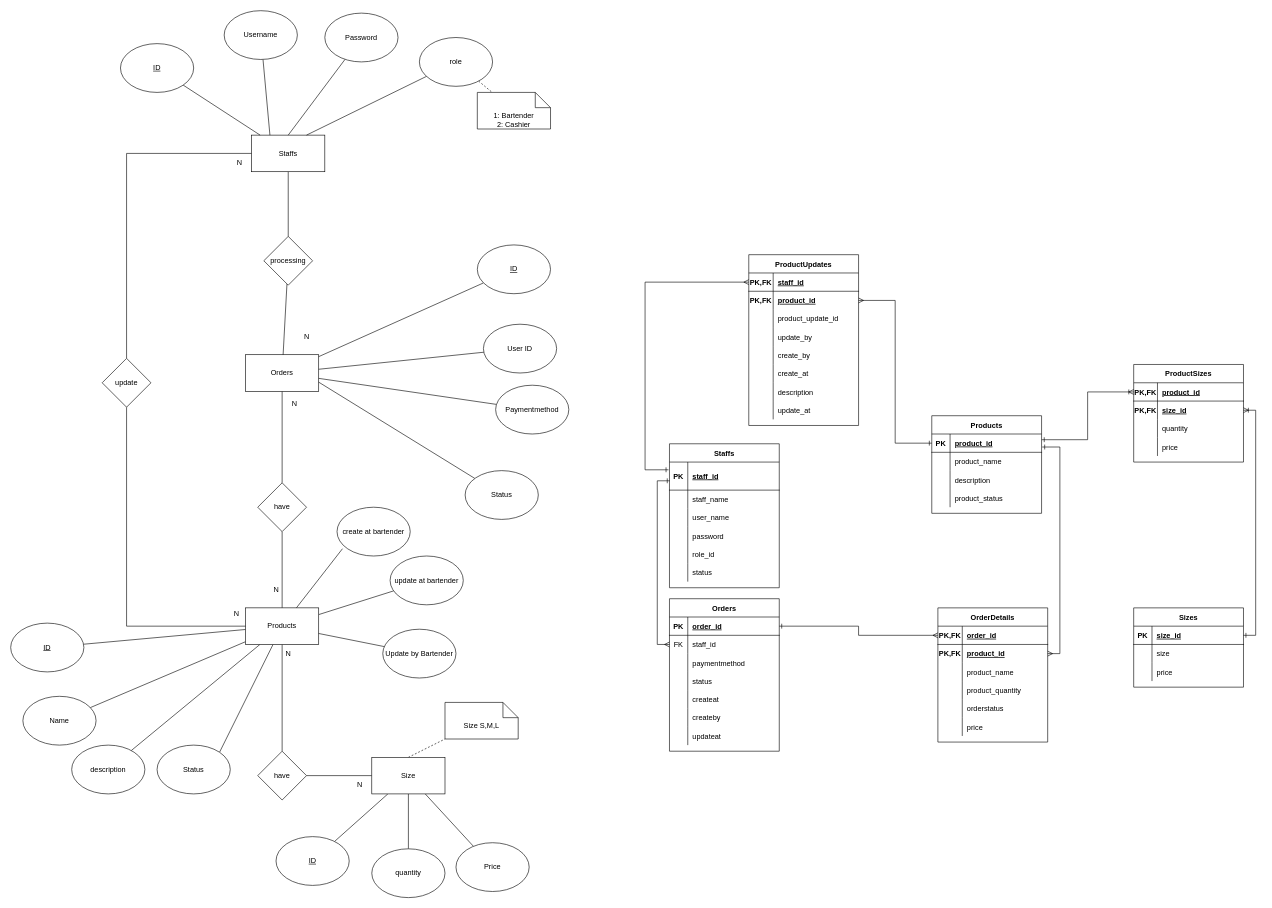
The draw.io diagram page "rd" (3 of 9) of coffe.drawio in HungNguyen2890/Project-1, before the edit. Source tidied: cells renumbered, new cells numbered last; positions are measured from the earlier drawing's top-left corner, leaving out a move shared by most shapes. Both pictures are drawn from the tidied source at 61%, with x=0, y=0 at pixel (10, 10).
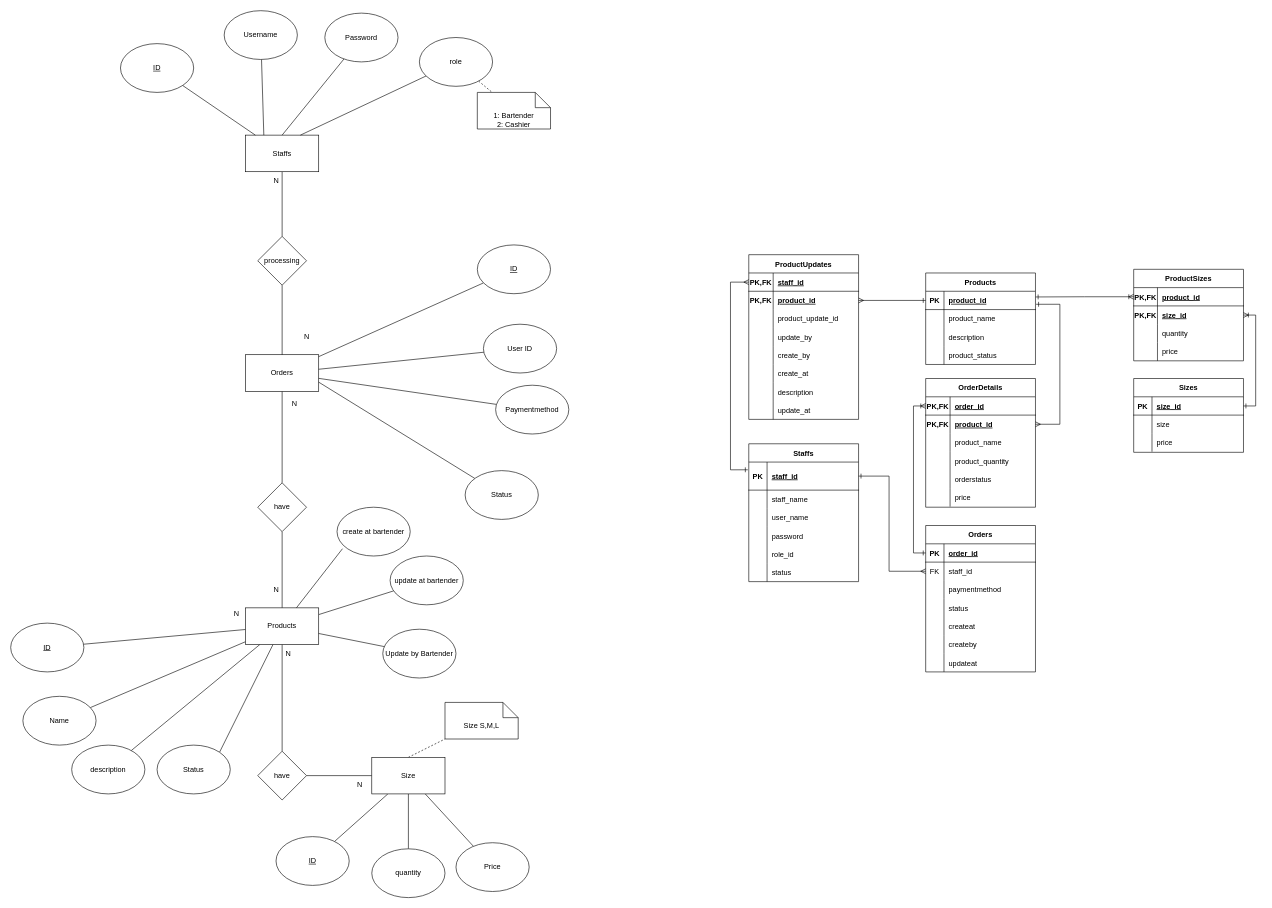
The same diagram, later.

Unchanged cells that the change refers to:
```xml
<mxCell id="4" style="shape=tableRow;horizontal=0;startSize=0;swimlaneHead=0;swimlaneBody=0;fillColor=none;points=[[0,0.5],[1,0.5]];portConstraint=eastwest;top=0;left=0;right=0;bottom=1;rounded=0;shadow=0;glass=0;labelBackgroundColor=none;labelBorderColor=none;sketch=0;strokeColor=default;strokeWidth=1;fontColor=default;html=0;" parent="3" vertex="1">
  <mxGeometry y="30" width="180" height="46" as="geometry" />
</mxCell>
<mxCell id="23" style="shape=tableRow;horizontal=0;startSize=0;swimlaneHead=0;swimlaneBody=0;fillColor=none;points=[[0,0.5],[1,0.5]];portConstraint=eastwest;top=0;left=0;right=0;bottom=1;rounded=0;shadow=0;glass=0;labelBackgroundColor=none;labelBorderColor=none;sketch=0;strokeColor=default;strokeWidth=1;fontColor=default;html=0;" parent="22" vertex="1">
  <mxGeometry y="30" width="180" height="30" as="geometry" />
</mxCell>
<mxCell id="26" style="shape=tableRow;horizontal=0;startSize=0;swimlaneHead=0;swimlaneBody=0;fillColor=none;points=[[0,0.5],[1,0.5]];portConstraint=eastwest;top=0;left=0;right=0;bottom=0;rounded=0;shadow=0;glass=0;labelBackgroundColor=none;labelBorderColor=none;sketch=0;strokeColor=default;strokeWidth=1;fontColor=default;html=0;" parent="22" vertex="1">
  <mxGeometry y="60" width="180" height="30" as="geometry" />
</mxCell>
<mxCell id="46" style="shape=tableRow;horizontal=0;startSize=0;swimlaneHead=0;swimlaneBody=0;fillColor=none;points=[[0,0.5],[1,0.5]];portConstraint=eastwest;top=0;left=0;right=0;bottom=1;rounded=0;shadow=0;glass=0;labelBackgroundColor=none;labelBorderColor=none;sketch=0;strokeColor=default;strokeWidth=1;fontColor=default;html=0;" parent="45" vertex="1">
  <mxGeometry y="30" width="180" height="30" as="geometry" />
</mxCell>
<mxCell id="49" style="shape=tableRow;horizontal=0;startSize=0;swimlaneHead=0;swimlaneBody=0;fillColor=none;points=[[0,0.5],[1,0.5]];portConstraint=eastwest;top=0;left=0;right=0;bottom=0;rounded=0;shadow=0;glass=0;labelBackgroundColor=none;labelBorderColor=none;sketch=0;strokeColor=default;strokeWidth=1;fontColor=default;html=0;" parent="45" vertex="1">
  <mxGeometry y="60" width="180" height="30" as="geometry" />
</mxCell>
<mxCell id="65" style="shape=tableRow;horizontal=0;startSize=0;swimlaneHead=0;swimlaneBody=0;fillColor=none;points=[[0,0.5],[1,0.5]];portConstraint=eastwest;top=0;left=0;right=0;bottom=1;rounded=0;shadow=0;glass=0;labelBackgroundColor=none;labelBorderColor=none;sketch=0;strokeColor=default;strokeWidth=1;fontColor=default;html=0;" parent="64" vertex="1">
  <mxGeometry y="30" width="180" height="30" as="geometry" />
</mxCell>
<mxCell id="111" value="Products" style="rounded=0;whiteSpace=wrap;html=1;" parent="1" vertex="1">
  <mxGeometry x="385" y="979" width="120" height="60" as="geometry" />
</mxCell>
<mxCell id="163" style="shape=tableRow;horizontal=0;startSize=0;swimlaneHead=0;swimlaneBody=0;fillColor=none;points=[[0,0.5],[1,0.5]];portConstraint=eastwest;top=0;left=0;right=0;bottom=1;rounded=0;shadow=0;glass=0;labelBackgroundColor=none;labelBorderColor=none;sketch=0;strokeColor=default;strokeWidth=1;fontColor=default;html=0;" parent="162" vertex="1">
  <mxGeometry y="30" width="180" height="30" as="geometry" />
</mxCell>
```

The edit, as a diff of the source:
```diff
@@
     <mxCell id="2" style="edgeStyle=orthogonalEdgeStyle;rounded=0;jettySize=auto;html=1;entryX=0;entryY=0.5;entryDx=0;entryDy=0;fontColor=default;startArrow=ERone;startFill=0;endArrow=ERmany;endFill=0;exitX=-0.009;exitY=0.275;exitDx=0;exitDy=0;exitPerimeter=0;" parent="1" edge="1" source="4" target="163">
       <mxGeometry relative="1" as="geometry">
         <Array as="points">
-          <mxPoint x="1040" y="753" />
-          <mxPoint x="1040" y="445" />
+          <mxPoint x="1180" y="753" />
+          <mxPoint x="1180" y="445" />
         </Array>
       </mxGeometry>
     </mxCell>
     <mxCell id="3" value="Staffs" style="shape=table;startSize=30;childLayout=tableLayout;rowLines=0;fontStyle=1;align=center;rounded=0;shadow=0;glass=0;labelBackgroundColor=none;labelBorderColor=none;sketch=0;strokeColor=default;strokeWidth=1;fontColor=default;fillColor=none;gradientColor=none;html=0;" parent="1" vertex="1">
-      <mxGeometry x="1080" y="710" width="180" height="236" as="geometry" />
+      <mxGeometry x="1210" y="710" width="180" height="226" as="geometry" />
     </mxCell>
@@
     <mxCell id="22" value="Orders" style="shape=table;startSize=30;childLayout=tableLayout;rowLines=0;fontStyle=1;align=center;rounded=0;shadow=0;glass=0;labelBackgroundColor=none;labelBorderColor=none;sketch=0;strokeColor=default;strokeWidth=1;fontColor=default;fillColor=none;gradientColor=none;html=0;" parent="1" vertex="1">
-      <mxGeometry x="1080" y="964" width="180" height="250" as="geometry" />
+      <mxGeometry x="1500" y="844" width="180" height="240" as="geometry" />
     </mxCell>
@@
-    <mxCell id="44" style="edgeStyle=orthogonalEdgeStyle;rounded=0;jettySize=auto;html=1;entryX=1;entryY=0.5;entryDx=0;entryDy=0;fontColor=default;startArrow=ERmany;startFill=0;endArrow=ERone;endFill=0;exitX=0;exitY=0.5;exitDx=0;exitDy=0;" parent="1" edge="1" source="46" target="23">
-      <mxGeometry relative="1" as="geometry">
-        <Array as="points">
-          <mxPoint x="1390" y="1024" />
-          <mxPoint x="1390" y="1009" />
-        </Array>
-      </mxGeometry>
-    </mxCell>
     <mxCell id="45" value="OrderDetails" style="shape=table;startSize=30;childLayout=tableLayout;rowLines=0;fontStyle=1;align=center;rounded=0;shadow=0;glass=0;labelBackgroundColor=none;labelBorderColor=none;sketch=0;strokeColor=default;strokeWidth=1;fontColor=default;fillColor=none;gradientColor=none;html=0;" parent="1" vertex="1">
-      <mxGeometry x="1520" y="979" width="180" height="220" as="geometry" />
+      <mxGeometry x="1500" y="603" width="180" height="211" as="geometry" />
     </mxCell>
@@
     <mxCell id="64" value="Products" style="shape=table;startSize=30;childLayout=tableLayout;rowLines=0;fontStyle=1;align=center;rounded=0;shadow=0;glass=0;labelBackgroundColor=none;labelBorderColor=none;sketch=0;strokeColor=default;strokeWidth=1;fontColor=default;fillColor=none;gradientColor=none;html=0;" parent="1" vertex="1">
-      <mxGeometry x="1510" y="664" width="180" height="160" as="geometry" />
+      <mxGeometry x="1500" y="430" width="180" height="150" as="geometry" />
     </mxCell>
@@
     <mxCell id="79" value="ProductSizes" style="shape=table;startSize=30;childLayout=tableLayout;rowLines=0;fontStyle=1;align=center;rounded=0;shadow=0;glass=0;labelBackgroundColor=none;labelBorderColor=none;sketch=0;strokeColor=default;strokeWidth=1;fontColor=default;fillColor=none;gradientColor=none;html=0;" parent="1" vertex="1">
-      <mxGeometry x="1841" y="580" width="180" height="160" as="geometry" />
+      <mxGeometry x="1841" y="424" width="180" height="150" as="geometry" />
     </mxCell>
@@
     <mxCell id="115" value="processing" style="rhombus;whiteSpace=wrap;html=1;" parent="1" vertex="1">
-      <mxGeometry x="415" y="370" width="80" height="80" as="geometry" />
+      <mxGeometry x="405" y="370" width="80" height="80" as="geometry" />
     </mxCell>
@@
-    <mxCell id="117" style="edgeStyle=orthogonalEdgeStyle;rounded=0;jettySize=auto;html=1;entryX=0.5;entryY=0;entryDx=0;entryDy=0;fontColor=default;startArrow=none;startFill=0;endArrow=none;endFill=0;" parent="1" edge="1" source="118" target="188">
-      <mxGeometry relative="1" as="geometry" />
-    </mxCell>
     <mxCell id="118" value="Staffs" style="rounded=0;whiteSpace=wrap;html=1;" parent="1" vertex="1">
-      <mxGeometry x="395" y="204" width="120" height="60" as="geometry" />
+      <mxGeometry x="385" y="204" width="120" height="60" as="geometry" />
     </mxCell>
@@
     <mxCell id="151" value="Sizes" style="shape=table;startSize=30;childLayout=tableLayout;rowLines=0;fontStyle=1;align=center;rounded=0;shadow=0;glass=0;labelBackgroundColor=none;labelBorderColor=none;sketch=0;strokeColor=default;strokeWidth=1;fontColor=default;fillColor=none;gradientColor=none;html=0;" parent="1" vertex="1">
-      <mxGeometry x="1841" y="979" width="180" height="130" as="geometry" />
+      <mxGeometry x="1841" y="603" width="180" height="121" as="geometry" />
     </mxCell>
@@
     <mxCell id="162" value="ProductUpdates" style="shape=table;startSize=30;childLayout=tableLayout;rowLines=0;fontStyle=1;align=center;rounded=0;shadow=0;glass=0;labelBackgroundColor=none;labelBorderColor=none;sketch=0;strokeColor=default;strokeWidth=1;fontColor=default;fillColor=none;gradientColor=none;html=0;" parent="1" vertex="1">
-      <mxGeometry x="1210" y="400" width="180" height="280" as="geometry" />
+      <mxGeometry x="1210" y="400" width="180" height="270" as="geometry" />
     </mxCell>
@@
-    <mxCell id="187" style="edgeStyle=orthogonalEdgeStyle;rounded=0;jettySize=auto;html=1;entryX=0;entryY=0.5;entryDx=0;entryDy=0;fontColor=default;startArrow=none;startFill=0;endArrow=none;endFill=0;" parent="1" edge="1" source="188" target="111">
-      <mxGeometry relative="1" as="geometry">
-        <Array as="points">
-          <mxPoint x="190" y="1009" />
-        </Array>
-      </mxGeometry>
-    </mxCell>
-    <mxCell id="188" value="update" style="rhombus;whiteSpace=wrap;html=1;" parent="1" vertex="1">
-      <mxGeometry x="150" y="570" width="80" height="80" as="geometry" />
-    </mxCell>
     <mxCell id="189" value="N" style="text;html=1;align=center;verticalAlign=middle;strokeColor=none;fillColor=none;" parent="1" vertex="1">
-      <mxGeometry x="360" y="234" width="30" height="30" as="geometry" />
+      <mxGeometry x="420" y="264" width="30" height="30" as="geometry" />
     </mxCell>
@@
     <mxCell id="191" style="edgeStyle=orthogonalEdgeStyle;rounded=0;jettySize=auto;html=1;entryX=1;entryY=0.5;entryDx=0;entryDy=0;fontColor=default;startArrow=ERone;startFill=0;endArrow=ERmany;endFill=0;exitX=1.006;exitY=0.711;exitDx=0;exitDy=0;exitPerimeter=0;" parent="1" edge="1" source="65" target="49">
       <mxGeometry relative="1" as="geometry">
         <Array as="points">
-          <mxPoint x="1720" y="715" />
-          <mxPoint x="1720" y="1054" />
+          <mxPoint x="1720" y="481" />
+          <mxPoint x="1720" y="678" />
         </Array>
       </mxGeometry>
     </mxCell>
-    <mxCell id="192" style="edgeStyle=orthogonalEdgeStyle;rounded=0;jettySize=auto;html=1;exitX=0.002;exitY=0.667;exitDx=0;exitDy=0;entryX=0;entryY=0.5;entryDx=0;entryDy=0;fontColor=default;startArrow=ERone;startFill=0;endArrow=ERmany;endFill=0;exitPerimeter=0;" parent="1" edge="1" source="4" target="26">
-      <mxGeometry relative="1" as="geometry" />
+    <mxCell id="192" style="edgeStyle=orthogonalEdgeStyle;rounded=0;jettySize=auto;html=1;exitX=1;exitY=0.5;exitDx=0;exitDy=0;entryX=0;entryY=0.5;entryDx=0;entryDy=0;fontColor=default;startArrow=ERone;startFill=0;endArrow=ERmany;endFill=0;" parent="1" edge="1" source="4" target="26">
+      <mxGeometry relative="1" as="geometry">
+        <Array as="points">
+          <mxPoint x="1440" y="763" />
+          <mxPoint x="1440" y="919" />
+        </Array>
+      </mxGeometry>
     </mxCell>
+    <mxCell id="193" style="edgeStyle=orthogonalEdgeStyle;rounded=0;jettySize=auto;html=1;exitX=0;exitY=0.5;exitDx=0;exitDy=0;entryX=0;entryY=0.5;entryDx=0;entryDy=0;endArrow=ERoneToMany;endFill=0;startArrow=ERone;startFill=0;" parent="1" edge="1" source="23" target="46">
+      <mxGeometry relative="1" as="geometry" />
+    </mxCell>
```
